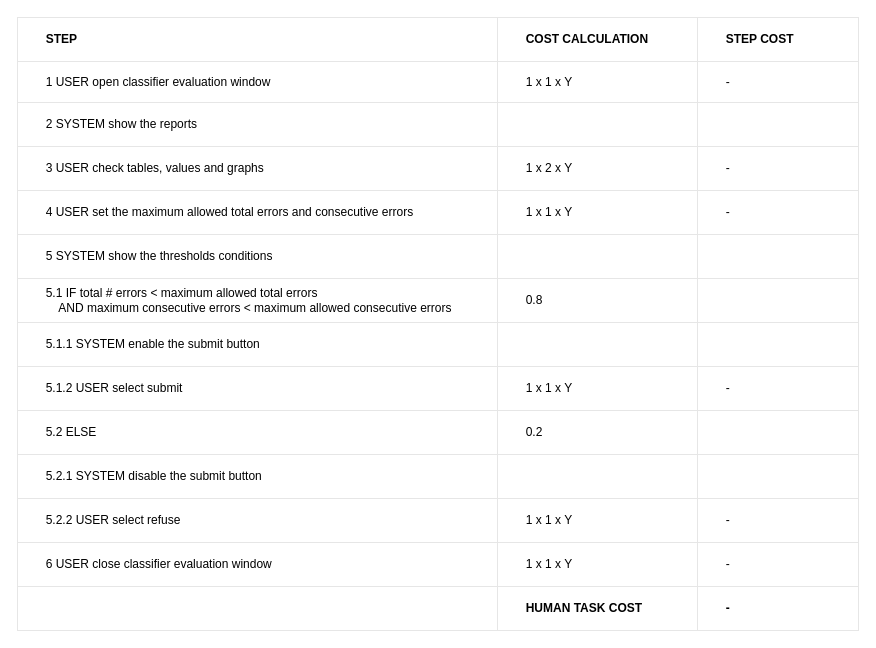
Earlier version of the draw.io diagram EVALUATE_CLASSIFIER_TABLE.drawio (BaffoBello14/AutomaticDamagesRecognition). Source tidied: cells renumbered, new cells numbered last; positions are measured from the earlier drawing's top-left corner, leaving out a move shared by most shapes. Both pictures are drawn from the tidied source at 100%, with x=0, y=0 at pixel (17, 17).
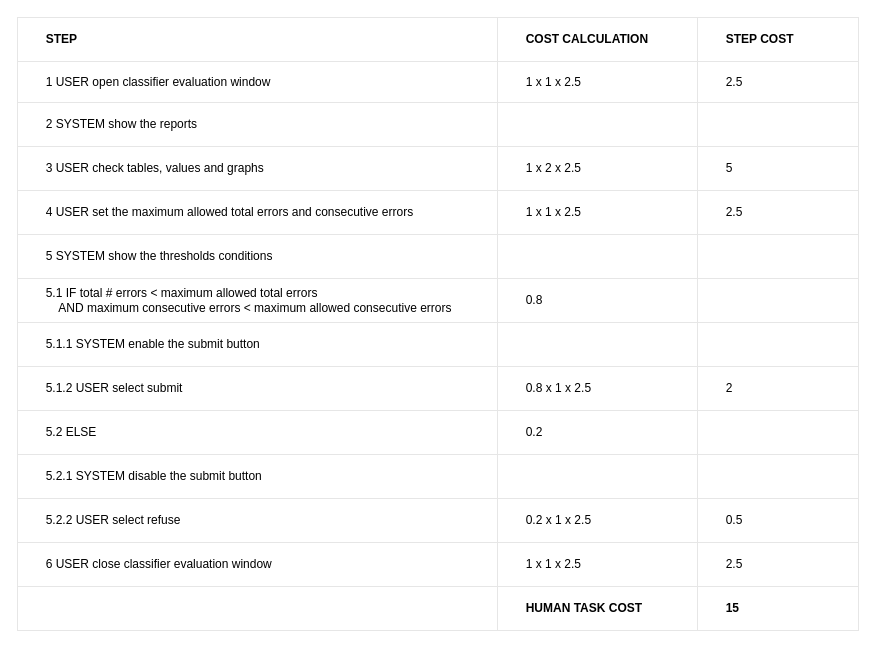
The same page after the edit.

The change refers to these unchanged cells:
```xml
<mxCell id="7" style="shape=tableRow;horizontal=0;startSize=0;swimlaneHead=0;swimlaneBody=0;top=0;left=0;bottom=0;right=0;fontStyle=0;fillColor=none;strokeColor=inherit;align=left;" parent="2" vertex="1">
  <mxGeometry y="44" width="841" height="41" as="geometry" />
</mxCell>
<mxCell id="15" style="shape=tableRow;horizontal=0;startSize=0;swimlaneHead=0;swimlaneBody=0;top=0;left=0;bottom=0;right=0;fontStyle=0;fillColor=none;strokeColor=inherit;" parent="2" vertex="1">
  <mxGeometry y="129" width="841" height="44" as="geometry" />
</mxCell>
<mxCell id="19" style="shape=tableRow;horizontal=0;startSize=0;swimlaneHead=0;swimlaneBody=0;top=0;left=0;bottom=0;right=0;fontStyle=0;fillColor=none;strokeColor=inherit;" parent="2" vertex="1">
  <mxGeometry y="173" width="841" height="44" as="geometry" />
</mxCell>
<mxCell id="35" style="shape=tableRow;horizontal=0;startSize=0;swimlaneHead=0;swimlaneBody=0;top=0;left=0;bottom=0;right=0;fontStyle=0;fillColor=none;strokeColor=inherit;" parent="2" vertex="1">
  <mxGeometry y="349" width="841" height="44" as="geometry" />
</mxCell>
<mxCell id="47" style="shape=tableRow;horizontal=0;startSize=0;swimlaneHead=0;swimlaneBody=0;top=0;left=0;bottom=0;right=0;fontStyle=0;fillColor=none;strokeColor=inherit;" parent="2" vertex="1">
  <mxGeometry y="481" width="841" height="44" as="geometry" />
</mxCell>
<mxCell id="51" style="shape=tableRow;horizontal=0;startSize=0;swimlaneHead=0;swimlaneBody=0;top=0;left=0;bottom=0;right=0;fontStyle=0;fillColor=none;strokeColor=inherit;" parent="2" vertex="1">
  <mxGeometry y="525" width="841" height="44" as="geometry" />
</mxCell>
<mxCell id="55" style="shape=tableRow;horizontal=0;startSize=0;swimlaneHead=0;swimlaneBody=0;top=0;left=0;bottom=0;right=0;fontStyle=0;fillColor=none;strokeColor=inherit;" parent="2" vertex="1">
  <mxGeometry y="569" width="841" height="44" as="geometry" />
</mxCell>
```

The edit, as a diff of the source:
```diff
@@
-    <mxCell id="9" value="&lt;span style=&quot;white-space: pre;&quot;&gt;&#9;&lt;/span&gt;1 x 1 x Y" style="strokeColor=inherit;fillColor=none;align=left;whiteSpace=wrap;html=1;" parent="7" vertex="1">
+    <mxCell id="9" value="&lt;span style=&quot;white-space: pre;&quot;&gt;&#9;&lt;/span&gt;1 x 1 x 2.5" style="strokeColor=inherit;fillColor=none;align=left;whiteSpace=wrap;html=1;" parent="7" vertex="1">
       <mxGeometry x="480" width="200" height="41" as="geometry" />
     </mxCell>
-    <mxCell id="10" value="&lt;span style=&quot;white-space: pre;&quot;&gt;&#9;&lt;/span&gt;-" style="strokeColor=inherit;fillColor=none;align=left;whiteSpace=wrap;html=1;" parent="7" vertex="1">
+    <mxCell id="10" value="&lt;span style=&quot;&quot;&gt;&lt;span style=&quot;white-space: pre;&quot;&gt;&amp;nbsp;&amp;nbsp;&amp;nbsp;&amp;nbsp;&lt;span style=&quot;white-space: pre;&quot;&gt;&#9;&lt;/span&gt;&lt;/span&gt;&lt;/span&gt;2.5" style="strokeColor=inherit;fillColor=none;align=left;whiteSpace=wrap;html=1;" parent="7" vertex="1">
       <mxGeometry x="680" width="161" height="41" as="geometry" />
     </mxCell>
@@
-    <mxCell id="17" value="&#9;&lt;span style=&quot;white-space: pre;&quot;&gt;&#9;&lt;/span&gt;1 x 2 x Y" style="strokeColor=inherit;fillColor=none;align=left;whiteSpace=wrap;html=1;" parent="15" vertex="1">
+    <mxCell id="17" value="&#9;&lt;span style=&quot;&quot;&gt;&lt;span style=&quot;white-space: pre;&quot;&gt;&amp;nbsp;&amp;nbsp;&amp;nbsp;&amp;nbsp;&lt;span style=&quot;white-space: pre;&quot;&gt;&#9;&lt;/span&gt;&lt;/span&gt;&lt;/span&gt;1 x 2 x 2.5" style="strokeColor=inherit;fillColor=none;align=left;whiteSpace=wrap;html=1;" parent="15" vertex="1">
       <mxGeometry x="480" width="200" height="44" as="geometry" />
     </mxCell>
-    <mxCell id="18" value="&#9;&lt;span style=&quot;white-space: pre;&quot;&gt;&#9;&lt;/span&gt;-" style="strokeColor=inherit;fillColor=none;align=left;whiteSpace=wrap;html=1;" parent="15" vertex="1">
+    <mxCell id="18" value="&#9;&lt;span style=&quot;white-space: pre;&quot;&gt;&#9;&lt;/span&gt;5" style="strokeColor=inherit;fillColor=none;align=left;whiteSpace=wrap;html=1;" parent="15" vertex="1">
       <mxGeometry x="680" width="161" height="44" as="geometry" />
     </mxCell>
@@
-    <mxCell id="21" value="&#9;&lt;span style=&quot;white-space: pre;&quot;&gt;&#9;&lt;/span&gt;1 x 1 x Y" style="strokeColor=inherit;fillColor=none;align=left;whiteSpace=wrap;html=1;" parent="19" vertex="1">
+    <mxCell id="21" value="&#9;&lt;span style=&quot;&quot;&gt;&lt;span style=&quot;white-space: pre;&quot;&gt;&amp;nbsp;&amp;nbsp;&amp;nbsp;&amp;nbsp;&lt;span style=&quot;white-space: pre;&quot;&gt;&#9;&lt;/span&gt;&lt;/span&gt;&lt;/span&gt;1 x 1 x 2.5" style="strokeColor=inherit;fillColor=none;align=left;whiteSpace=wrap;html=1;" parent="19" vertex="1">
       <mxGeometry x="480" width="200" height="44" as="geometry" />
     </mxCell>
-    <mxCell id="22" value="&#9;&lt;span style=&quot;white-space: pre;&quot;&gt;&#9;&lt;/span&gt;-" style="strokeColor=inherit;fillColor=none;align=left;whiteSpace=wrap;html=1;" parent="19" vertex="1">
+    <mxCell id="22" value="&#9;&lt;span style=&quot;white-space: pre;&quot;&gt;&#9;&lt;/span&gt;2.5" style="strokeColor=inherit;fillColor=none;align=left;whiteSpace=wrap;html=1;" parent="19" vertex="1">
       <mxGeometry x="680" width="161" height="44" as="geometry" />
     </mxCell>
@@
-    <mxCell id="37" value="&#9;&lt;span style=&quot;white-space: pre;&quot;&gt;&#9;&lt;/span&gt;1 x 1 x Y" style="strokeColor=inherit;fillColor=none;align=left;whiteSpace=wrap;html=1;" parent="35" vertex="1">
+    <mxCell id="37" value="&#9;&lt;span style=&quot;&quot;&gt;&lt;span style=&quot;white-space: pre;&quot;&gt;&amp;nbsp;&amp;nbsp;&amp;nbsp;&amp;nbsp;&lt;span style=&quot;white-space: pre;&quot;&gt;&#9;&lt;/span&gt;0.8&lt;/span&gt;&lt;/span&gt;&amp;nbsp;x 1 x 2.5" style="strokeColor=inherit;fillColor=none;align=left;whiteSpace=wrap;html=1;" parent="35" vertex="1">
       <mxGeometry x="480" width="200" height="44" as="geometry" />
     </mxCell>
-    <mxCell id="38" value="&#9;&lt;span style=&quot;white-space: pre;&quot;&gt;&#9;&lt;/span&gt;-" style="strokeColor=inherit;fillColor=none;align=left;whiteSpace=wrap;html=1;" parent="35" vertex="1">
+    <mxCell id="38" value="&#9;&lt;span style=&quot;white-space: pre;&quot;&gt;&#9;&lt;/span&gt;2" style="strokeColor=inherit;fillColor=none;align=left;whiteSpace=wrap;html=1;" parent="35" vertex="1">
       <mxGeometry x="680" width="161" height="44" as="geometry" />
     </mxCell>
@@
-    <mxCell id="49" value="&#9;&lt;span style=&quot;white-space: pre;&quot;&gt;&#9;&lt;/span&gt;1 x 1 x Y" style="strokeColor=inherit;fillColor=none;align=left;whiteSpace=wrap;html=1;" parent="47" vertex="1">
+    <mxCell id="49" value="&#9;&lt;span style=&quot;&quot;&gt;&lt;span style=&quot;white-space: pre;&quot;&gt;&amp;nbsp;&amp;nbsp;&amp;nbsp;&amp;nbsp;&lt;span style=&quot;white-space: pre;&quot;&gt;&#9;&lt;/span&gt;0.2&lt;/span&gt;&lt;/span&gt;&amp;nbsp;x 1 x 2.5" style="strokeColor=inherit;fillColor=none;align=left;whiteSpace=wrap;html=1;" parent="47" vertex="1">
       <mxGeometry x="480" width="200" height="44" as="geometry" />
     </mxCell>
-    <mxCell id="50" value="&#9;&lt;span style=&quot;white-space: pre;&quot;&gt;&#9;&lt;/span&gt;-" style="strokeColor=inherit;fillColor=none;align=left;whiteSpace=wrap;html=1;" parent="47" vertex="1">
+    <mxCell id="50" value="&#9;&lt;span style=&quot;white-space: pre;&quot;&gt;&#9;&lt;/span&gt;0.5" style="strokeColor=inherit;fillColor=none;align=left;whiteSpace=wrap;html=1;" parent="47" vertex="1">
       <mxGeometry x="680" width="161" height="44" as="geometry" />
     </mxCell>
@@
-    <mxCell id="53" value="&#9;&lt;span style=&quot;white-space: pre;&quot;&gt;&#9;&lt;/span&gt;1 x 1 x Y" style="strokeColor=inherit;fillColor=none;align=left;whiteSpace=wrap;html=1;" parent="51" vertex="1">
+    <mxCell id="53" value="&#9;&lt;span style=&quot;&quot;&gt;&lt;span style=&quot;white-space: pre;&quot;&gt;&amp;nbsp;&amp;nbsp;&amp;nbsp;&amp;nbsp;&lt;span style=&quot;white-space: pre;&quot;&gt;&#9;&lt;/span&gt;&lt;/span&gt;&lt;/span&gt;1 x 1 x 2.5" style="strokeColor=inherit;fillColor=none;align=left;whiteSpace=wrap;html=1;" parent="51" vertex="1">
       <mxGeometry x="480" width="200" height="44" as="geometry" />
     </mxCell>
-    <mxCell id="54" value="&#9;&lt;span style=&quot;white-space: pre;&quot;&gt;&#9;&lt;/span&gt;-" style="strokeColor=inherit;fillColor=none;align=left;whiteSpace=wrap;html=1;" parent="51" vertex="1">
+    <mxCell id="54" value="&#9;&lt;span style=&quot;white-space: pre;&quot;&gt;&#9;&lt;/span&gt;2.5" style="strokeColor=inherit;fillColor=none;align=left;whiteSpace=wrap;html=1;" parent="51" vertex="1">
       <mxGeometry x="680" width="161" height="44" as="geometry" />
     </mxCell>
@@
-    <mxCell id="58" value="&lt;span style=&quot;white-space: pre;&quot;&gt;&#9;&lt;/span&gt;-" style="strokeColor=inherit;fillColor=none;align=left;whiteSpace=wrap;html=1;fontStyle=1;" parent="55" vertex="1">
+    <mxCell id="58" value="&lt;span style=&quot;white-space: pre;&quot;&gt;&#9;&lt;/span&gt;15" style="strokeColor=inherit;fillColor=none;align=left;whiteSpace=wrap;html=1;fontStyle=1;" parent="55" vertex="1">
       <mxGeometry x="680" width="161" height="44" as="geometry" />
     </mxCell>
```
